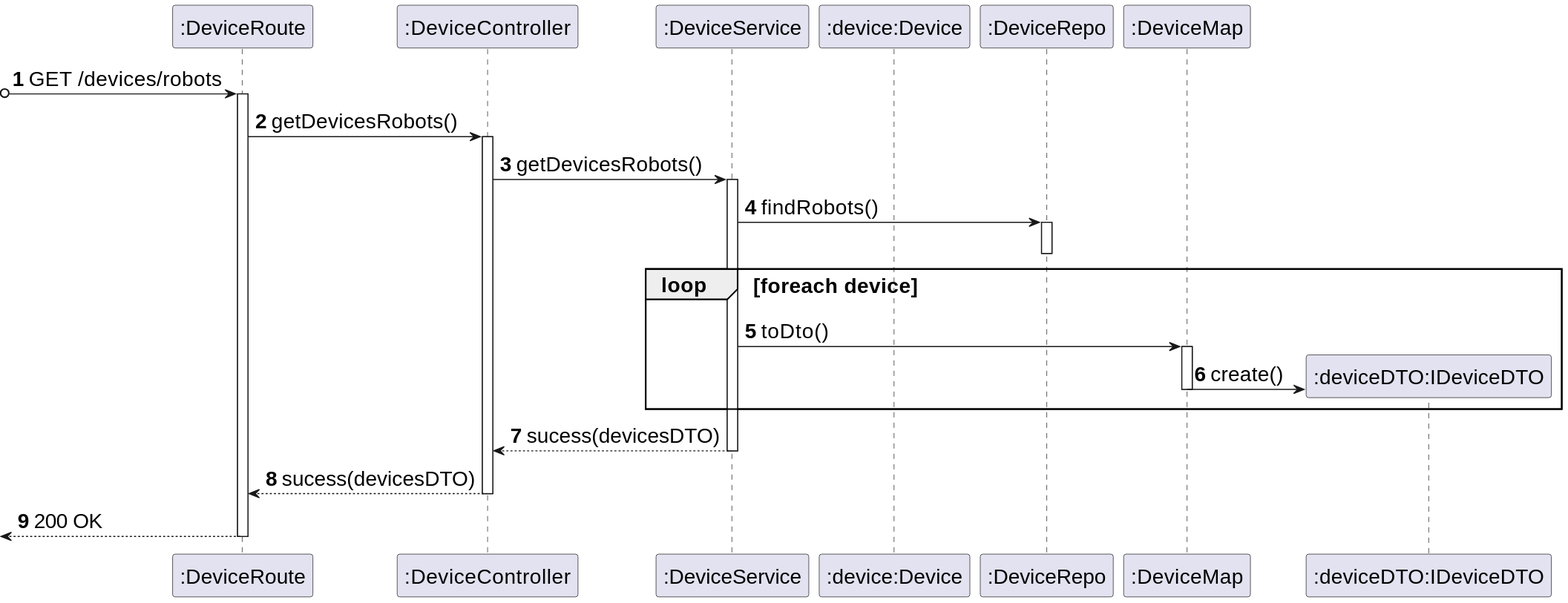
Earlier version of the PlantUML export _wiki/sprint-a/us21-380/views/level-3/assets/process-view.svg (miseEnPlace-dev/lapr5).
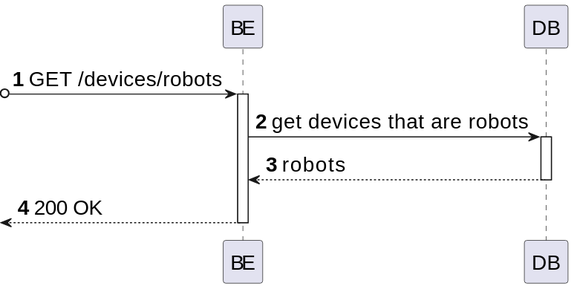
The same diagram one commit later.

The edit, as a diff of the source:
```diff
@@ -1,34 +1,18 @@
 @startuml
 skinparamlocked defaultFontSize 20
 autonumber
-participant ROUTE as ":DeviceRoute"
-participant CTRL as ":DeviceController"
-participant SRV as ":DeviceService"
-participant BUILD as ":device:Device"
-participant REPO as ":DeviceRepo"
-participant MAP as ":DeviceMap"
-participant DTO as ":deviceDTO:IDeviceDTO"
+participant BE as "BE"
+participant DB as "DB"
 
-?o-> ROUTE : GET /devices/robots
-activate ROUTE
+?o-> BE : GET /devices/robots
+activate BE
 
-ROUTE -> CTRL : getDevicesRobots()
-activate CTRL
-CTRL -> SRV : getDevicesRobots()
-activate SRV
-SRV-> REPO : findRobots()
-activate REPO
-deactivate REPO
-  loop foreach device
-    SRV -> MAP : toDto()
-    activate MAP
-    MAP -> DTO** : create()
-    deactivate MAP
-  end
-SRV --> CTRL : sucess(devicesDTO)
-deactivate SRV
-CTRL --> ROUTE : sucess(devicesDTO)
-deactivate CTRL
-<-- ROUTE : 200 OK
-deactivate ROUTE
+BE -> DB : get devices that are robots
+activate DB
+
+DB --> BE : robots
+deactivate DB
+
+<-- BE : 200 OK
+deactivate BE
 @enduml
```
